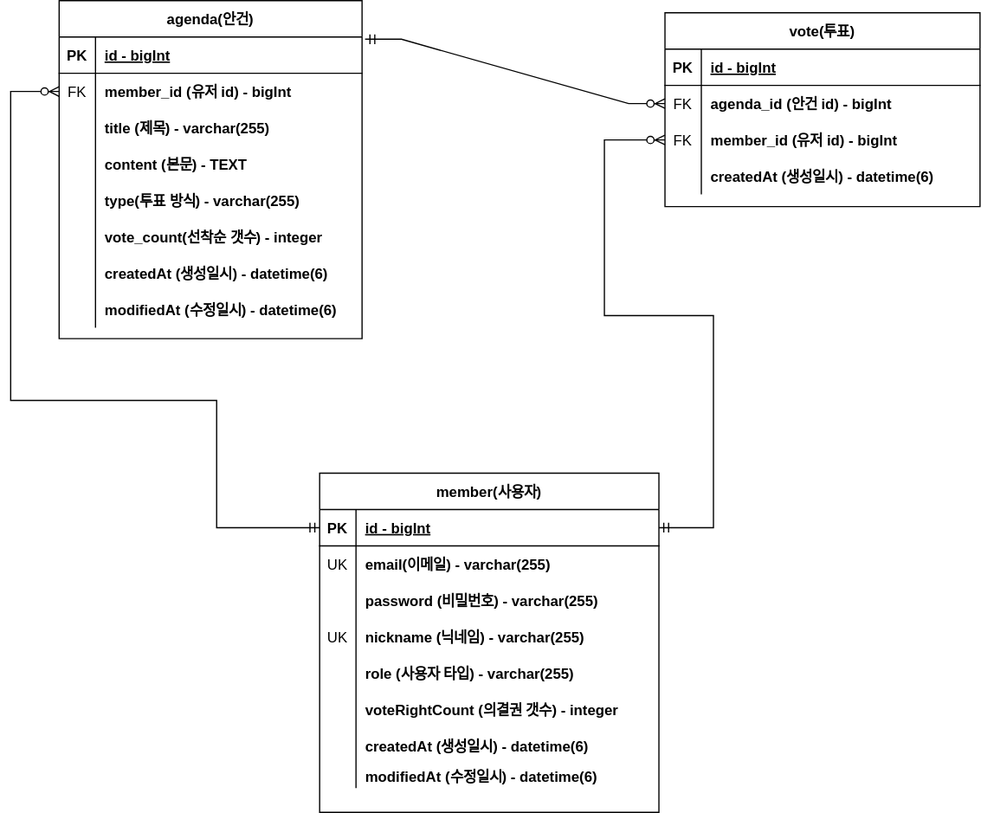
This is backend/voting/document/voting-erd.svg from haaeee/e-voting, a draw.io export, as it was before one commit. Source tidied: cells renumbered, new cells last; positions are measured from the earlier drawing's top-left corner, leaving out a move shared by most shapes.
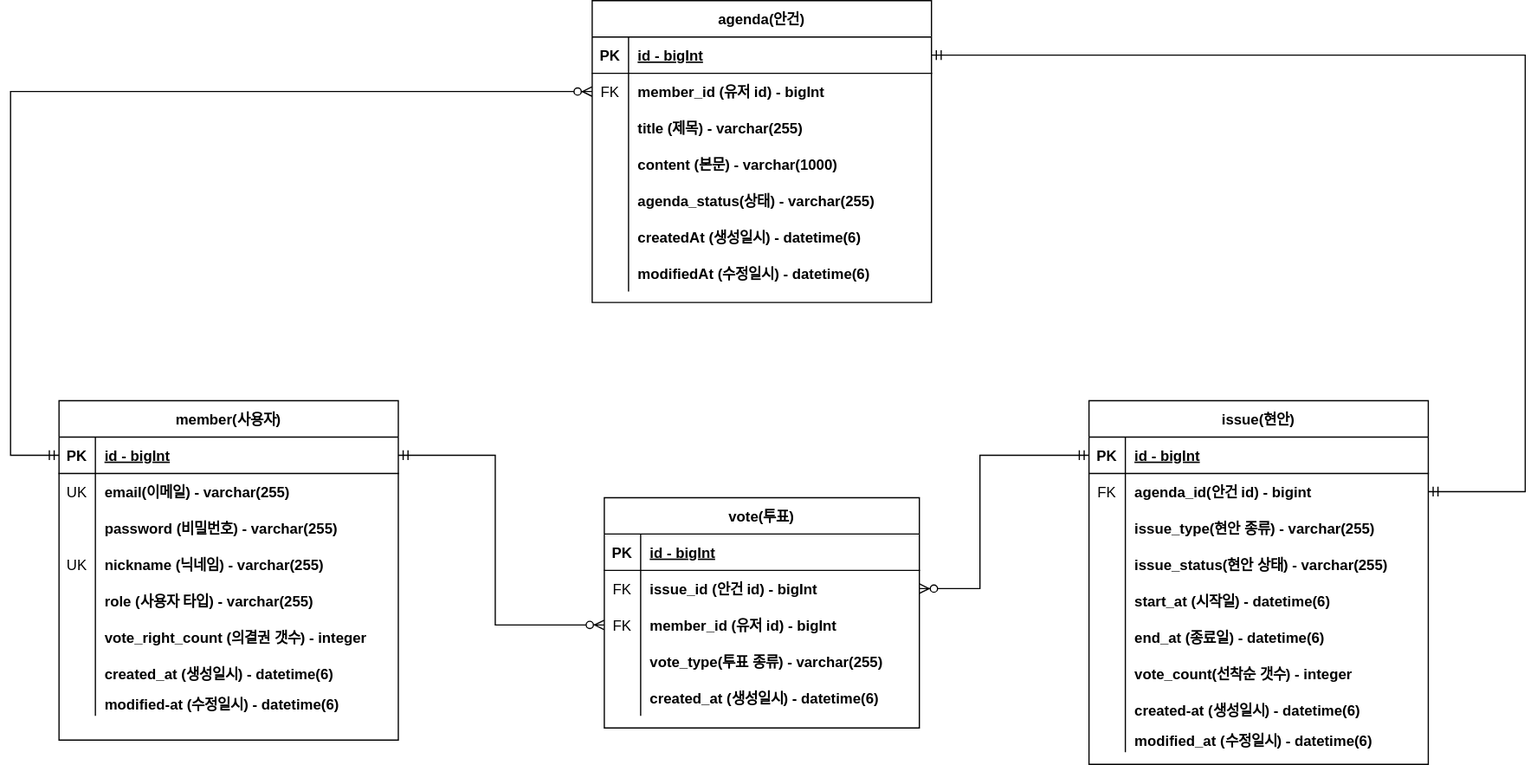
After the change.

What changed in the source:
```diff
@@ -5,6 +5,6 @@
     <mxCell id="2" value="agenda(안건)" style="shape=table;startSize=30;rowLines=0;fontStyle=1;align=center;" parent="1" vertex="1">
-      <mxGeometry x="40" width="250" height="279" as="geometry" />
+      <mxGeometry x="480" y="70" width="280" height="249" as="geometry" />
     </mxCell>
     <mxCell id="3" style="shape=partialRectangle;fillColor=none;points=[[0,0.5],[1,0.5]];portConstraint=eastwest;top=0;left=0;right=0;bottom=1;" parent="2" vertex="1">
-      <mxGeometry y="30" width="250" height="30" as="geometry" />
+      <mxGeometry y="30" width="280" height="30" as="geometry" />
     </mxCell>
@@ -14,6 +14,6 @@
     <mxCell id="5" value="id - bigInt" style="shape=partialRectangle;overflow=hidden;fillColor=none;top=0;left=0;bottom=0;right=0;align=left;spacingLeft=6;fontStyle=5;" parent="3" vertex="1">
-      <mxGeometry x="30" width="220" height="30" as="geometry" />
+      <mxGeometry x="30" width="250" height="30" as="geometry" />
     </mxCell>
     <mxCell id="6" style="shape=partialRectangle;fillColor=none;points=[[0,0.5],[1,0.5]];portConstraint=eastwest;top=0;left=0;right=0;bottom=0;" parent="2" vertex="1">
-      <mxGeometry y="60" width="250" height="30" as="geometry" />
+      <mxGeometry y="60" width="280" height="30" as="geometry" />
     </mxCell>
@@ -23,6 +23,6 @@
     <mxCell id="8" value="member_id (유저 id) - bigInt" style="shape=partialRectangle;overflow=hidden;fillColor=none;top=0;left=0;bottom=0;right=0;align=left;spacingLeft=6;fontStyle=1;" parent="6" vertex="1">
-      <mxGeometry x="30" width="220" height="30" as="geometry" />
+      <mxGeometry x="30" width="250" height="30" as="geometry" />
     </mxCell>
     <mxCell id="9" style="shape=partialRectangle;fillColor=none;top=0;left=0;right=0;bottom=0;" parent="2" vertex="1">
-      <mxGeometry y="90" width="250" height="30" as="geometry" />
+      <mxGeometry y="90" width="280" height="30" as="geometry" />
     </mxCell>
@@ -32,6 +32,6 @@
     <mxCell id="11" value="title (제목) - varchar(255)" style="shape=partialRectangle;overflow=hidden;fillColor=none;top=0;left=0;bottom=0;right=0;align=left;spacingLeft=6;fontStyle=1;" parent="9" vertex="1">
-      <mxGeometry x="30" width="220" height="30" as="geometry" />
+      <mxGeometry x="30" width="250" height="30" as="geometry" />
     </mxCell>
     <mxCell id="12" style="shape=partialRectangle;fillColor=none;top=0;left=0;right=0;bottom=0;" parent="2" vertex="1">
-      <mxGeometry y="120" width="250" height="30" as="geometry" />
+      <mxGeometry y="120" width="280" height="30" as="geometry" />
     </mxCell>
@@ -40,7 +40,7 @@
     </mxCell>
-    <mxCell id="14" value="content (본문) - TEXT" style="shape=partialRectangle;overflow=hidden;fillColor=none;top=0;left=0;bottom=0;right=0;align=left;spacingLeft=6;fontStyle=1;" parent="12" vertex="1">
-      <mxGeometry x="30" width="220" height="30" as="geometry" />
+    <mxCell id="14" value="content (본문) - varchar(1000)" style="shape=partialRectangle;overflow=hidden;fillColor=none;top=0;left=0;bottom=0;right=0;align=left;spacingLeft=6;fontStyle=1;" parent="12" vertex="1">
+      <mxGeometry x="30" width="250" height="30" as="geometry" />
     </mxCell>
     <mxCell id="15" style="shape=partialRectangle;fillColor=none;top=0;left=0;right=0;bottom=0;" parent="2" vertex="1">
-      <mxGeometry y="150" width="250" height="30" as="geometry" />
+      <mxGeometry y="150" width="280" height="30" as="geometry" />
     </mxCell>
@@ -49,16 +49,7 @@
     </mxCell>
-    <mxCell id="17" value="type(투표 방식) - varchar(255)" style="shape=partialRectangle;overflow=hidden;fillColor=none;top=0;left=0;bottom=0;right=0;align=left;spacingLeft=6;fontStyle=1;" parent="15" vertex="1">
-      <mxGeometry x="30" width="220" height="30" as="geometry" />
+    <mxCell id="17" value="agenda_status(상태) - varchar(255)" style="shape=partialRectangle;overflow=hidden;fillColor=none;top=0;left=0;bottom=0;right=0;align=left;spacingLeft=6;fontStyle=1;" parent="15" vertex="1">
+      <mxGeometry x="30" width="250" height="30" as="geometry" />
     </mxCell>
-    <mxCell id="18" style="shape=partialRectangle;fillColor=none;top=0;left=0;right=0;bottom=0;" parent="2" vertex="1">
-      <mxGeometry y="180" width="250" height="30" as="geometry" />
-    </mxCell>
-    <mxCell id="19" style="shape=partialRectangle;overflow=hidden;fillColor=none;top=0;left=0;bottom=0;right=0;" parent="18" vertex="1">
-      <mxGeometry width="30" height="30" as="geometry" />
-    </mxCell>
-    <mxCell id="20" value="vote_count(선착순 갯수) - integer" style="shape=partialRectangle;overflow=hidden;fillColor=none;top=0;left=0;bottom=0;right=0;align=left;spacingLeft=6;fontStyle=1;" parent="18" vertex="1">
-      <mxGeometry x="30" width="220" height="30" as="geometry" />
-    </mxCell>
     <mxCell id="21" style="shape=partialRectangle;fillColor=none;top=0;left=0;right=0;bottom=0;" parent="2" vertex="1">
-      <mxGeometry y="210" width="250" height="30" as="geometry" />
+      <mxGeometry y="180" width="280" height="30" as="geometry" />
     </mxCell>
@@ -68,6 +59,6 @@
     <mxCell id="23" value="createdAt (생성일시) - datetime(6)" style="shape=partialRectangle;overflow=hidden;fillColor=none;top=0;left=0;bottom=0;right=0;align=left;spacingLeft=6;fontStyle=1;" parent="21" vertex="1">
-      <mxGeometry x="30" width="220" height="30" as="geometry" />
+      <mxGeometry x="30" width="250" height="30" as="geometry" />
     </mxCell>
     <mxCell id="24" style="shape=partialRectangle;fillColor=none;top=0;left=0;right=0;bottom=0;" parent="2" vertex="1">
-      <mxGeometry y="240" width="250" height="30" as="geometry" />
+      <mxGeometry y="210" width="280" height="30" as="geometry" />
     </mxCell>
@@ -77,6 +68,6 @@
     <mxCell id="26" value="modifiedAt (수정일시) - datetime(6)" style="shape=partialRectangle;overflow=hidden;fillColor=none;top=0;left=0;bottom=0;right=0;align=left;spacingLeft=6;fontStyle=1;" parent="24" vertex="1">
-      <mxGeometry x="30" width="220" height="30" as="geometry" />
+      <mxGeometry x="30" width="250" height="30" as="geometry" />
     </mxCell>
     <mxCell id="27" value="vote(투표)" style="shape=table;startSize=30;rowLines=0;fontStyle=1;align=center;" parent="1" vertex="1">
-      <mxGeometry x="540" y="10" width="260" height="160" as="geometry" />
+      <mxGeometry x="490" y="480" width="260" height="190" as="geometry" />
     </mxCell>
@@ -97,3 +88,3 @@
     </mxCell>
-    <mxCell id="33" value="agenda_id (안건 id) - bigInt" style="shape=partialRectangle;overflow=hidden;fillColor=none;top=0;left=0;bottom=0;right=0;align=left;spacingLeft=6;fontStyle=1;" parent="31" vertex="1">
+    <mxCell id="33" value="issue_id (안건 id) - bigInt" style="shape=partialRectangle;overflow=hidden;fillColor=none;top=0;left=0;bottom=0;right=0;align=left;spacingLeft=6;fontStyle=1;" parent="31" vertex="1">
       <mxGeometry x="30" width="230" height="30" as="geometry" />
@@ -109,4 +100,13 @@
     </mxCell>
+    <mxCell id="69" style="shape=partialRectangle;fillColor=none;top=0;left=0;right=0;bottom=0;" parent="27" vertex="1">
+      <mxGeometry y="120" width="260" height="30" as="geometry" />
+    </mxCell>
+    <mxCell id="70" style="shape=partialRectangle;overflow=hidden;fillColor=none;top=0;left=0;bottom=0;right=0;fontStyle=0;" parent="69" vertex="1">
+      <mxGeometry width="30" height="30" as="geometry" />
+    </mxCell>
+    <mxCell id="71" value="vote_type(투표 종류) - varchar(255)" style="shape=partialRectangle;overflow=hidden;fillColor=none;top=0;left=0;bottom=0;right=0;align=left;spacingLeft=6;fontStyle=1;" parent="69" vertex="1">
+      <mxGeometry x="30" width="230" height="30" as="geometry" />
+    </mxCell>
     <mxCell id="37" style="shape=partialRectangle;fillColor=none;top=0;left=0;right=0;bottom=0;" parent="27" vertex="1">
-      <mxGeometry y="120" width="260" height="30" as="geometry" />
+      <mxGeometry y="150" width="260" height="30" as="geometry" />
     </mxCell>
@@ -115,10 +115,7 @@
     </mxCell>
-    <mxCell id="39" value="createdAt (생성일시) - datetime(6)" style="shape=partialRectangle;overflow=hidden;fillColor=none;top=0;left=0;bottom=0;right=0;align=left;spacingLeft=6;fontStyle=1;" parent="37" vertex="1">
+    <mxCell id="39" value="created_at (생성일시) - datetime(6)" style="shape=partialRectangle;overflow=hidden;fillColor=none;top=0;left=0;bottom=0;right=0;align=left;spacingLeft=6;fontStyle=1;" parent="37" vertex="1">
       <mxGeometry x="30" width="230" height="30" as="geometry" />
     </mxCell>
-    <mxCell id="40" style="edgeStyle=entityRelationEdgeStyle;fontSize=12;html=1;endArrow=ERzeroToMany;startArrow=ERmandOne;rounded=0;exitX=1.01;exitY=0.062;exitDx=0;exitDy=0;exitPerimeter=0;entryX=0;entryY=0.5;entryDx=0;entryDy=0;" parent="1" edge="1" source="3" target="31">
-      <mxGeometry relative="1" as="geometry" />
-    </mxCell>
     <mxCell id="41" value="member(사용자)" style="shape=table;startSize=30;rowLines=0;fontStyle=1;align=center;" parent="1" vertex="1">
-      <mxGeometry x="255" y="390" width="280" height="280" as="geometry" />
+      <mxGeometry x="40" y="400" width="280" height="280" as="geometry" />
     </mxCell>
@@ -175,3 +172,3 @@
     </mxCell>
-    <mxCell id="59" value="voteRightCount (의결권 갯수) - integer" style="shape=partialRectangle;overflow=hidden;fillColor=none;top=0;left=0;bottom=0;right=0;align=left;spacingLeft=6;fontStyle=1;" parent="57" vertex="1">
+    <mxCell id="59" value="vote_right_count (의결권 갯수) - integer" style="shape=partialRectangle;overflow=hidden;fillColor=none;top=0;left=0;bottom=0;right=0;align=left;spacingLeft=6;fontStyle=1;" parent="57" vertex="1">
       <mxGeometry x="30" width="250" height="30" as="geometry" />
@@ -184,3 +181,3 @@
     </mxCell>
-    <mxCell id="62" value="createdAt (생성일시) - datetime(6)" style="shape=partialRectangle;overflow=hidden;fillColor=none;top=0;left=0;bottom=0;right=0;align=left;spacingLeft=6;fontStyle=1;" parent="60" vertex="1">
+    <mxCell id="62" value="created_at (생성일시) - datetime(6)" style="shape=partialRectangle;overflow=hidden;fillColor=none;top=0;left=0;bottom=0;right=0;align=left;spacingLeft=6;fontStyle=1;" parent="60" vertex="1">
       <mxGeometry x="30" width="250" height="30" as="geometry" />
@@ -193,3 +190,3 @@
     </mxCell>
-    <mxCell id="65" value="modifiedAt (수정일시) - datetime(6)" style="shape=partialRectangle;overflow=hidden;fillColor=none;top=0;left=0;bottom=0;right=0;align=left;spacingLeft=6;fontStyle=1;" parent="63" vertex="1">
+    <mxCell id="65" value="modified-at (수정일시) - datetime(6)" style="shape=partialRectangle;overflow=hidden;fillColor=none;top=0;left=0;bottom=0;right=0;align=left;spacingLeft=6;fontStyle=1;" parent="63" vertex="1">
       <mxGeometry x="30" width="250" height="20" as="geometry" />
@@ -199,3 +196,3 @@
         <Array as="points">
-          <mxPoint x="255" y="405" />
+          <mxPoint x="40" y="405" />
           <mxPoint x="210" y="405" />
@@ -203,3 +200,3 @@
           <mxPoint x="360" y="330" />
-          <mxPoint x="360" y="45" />
+          <mxPoint x="360" y="115" />
         </Array>
@@ -210,6 +207,4 @@
         <Array as="points">
-          <mxPoint x="170" y="435" />
-          <mxPoint x="170" y="330" />
-          <mxPoint y="330" />
-          <mxPoint y="75" />
+          <mxPoint y="445" />
+          <mxPoint y="145" />
         </Array>
@@ -220,6 +215,4 @@
         <Array as="points">
-          <mxPoint x="580" y="435" />
-          <mxPoint x="580" y="260" />
-          <mxPoint x="490" y="260" />
-          <mxPoint x="490" y="115" />
+          <mxPoint x="400" y="445" />
+          <mxPoint x="400" y="585" />
         </Array>
@@ -227,2 +220,105 @@
     </mxCell>
+    <mxCell id="72" value="issue(현안)" style="shape=table;startSize=30;rowLines=0;fontStyle=1;align=center;" parent="1" vertex="1">
+      <mxGeometry x="890" y="400" width="280" height="300" as="geometry" />
+    </mxCell>
+    <mxCell id="73" style="shape=partialRectangle;fillColor=none;points=[[0,0.5],[1,0.5]];portConstraint=eastwest;top=0;left=0;right=0;bottom=1;" parent="72" vertex="1">
+      <mxGeometry y="30" width="280" height="30" as="geometry" />
+    </mxCell>
+    <mxCell id="74" value="PK" style="shape=partialRectangle;overflow=hidden;fillColor=none;top=0;left=0;bottom=0;right=0;fontStyle=1;" parent="73" vertex="1">
+      <mxGeometry width="30" height="30" as="geometry" />
+    </mxCell>
+    <mxCell id="75" value="id - bigInt" style="shape=partialRectangle;overflow=hidden;fillColor=none;top=0;left=0;bottom=0;right=0;align=left;spacingLeft=6;fontStyle=5;" parent="73" vertex="1">
+      <mxGeometry x="30" width="250" height="30" as="geometry" />
+    </mxCell>
+    <mxCell id="76" style="shape=partialRectangle;fillColor=none;points=[[0,0.5],[1,0.5]];portConstraint=eastwest;top=0;left=0;right=0;bottom=0;" parent="72" vertex="1">
+      <mxGeometry y="60" width="280" height="30" as="geometry" />
+    </mxCell>
+    <mxCell id="77" value="FK" style="shape=partialRectangle;overflow=hidden;fillColor=none;top=0;left=0;bottom=0;right=0;fontStyle=0;" parent="76" vertex="1">
+      <mxGeometry width="30" height="30" as="geometry" />
+    </mxCell>
+    <mxCell id="78" value="agenda_id(안건 id) - bigint" style="shape=partialRectangle;overflow=hidden;fillColor=none;top=0;left=0;bottom=0;right=0;align=left;spacingLeft=6;fontStyle=1;" parent="76" vertex="1">
+      <mxGeometry x="30" width="250" height="30" as="geometry" />
+    </mxCell>
+    <mxCell id="79" style="shape=partialRectangle;fillColor=none;top=0;left=0;right=0;bottom=0;" parent="72" vertex="1">
+      <mxGeometry y="90" width="280" height="30" as="geometry" />
+    </mxCell>
+    <mxCell id="80" style="shape=partialRectangle;overflow=hidden;fillColor=none;top=0;left=0;bottom=0;right=0;" parent="79" vertex="1">
+      <mxGeometry width="30" height="30" as="geometry" />
+    </mxCell>
+    <mxCell id="81" value="issue_type(현안 종류) - varchar(255)" style="shape=partialRectangle;overflow=hidden;fillColor=none;top=0;left=0;bottom=0;right=0;align=left;spacingLeft=6;fontStyle=1;" parent="79" vertex="1">
+      <mxGeometry x="30" width="250" height="30" as="geometry" />
+    </mxCell>
+    <mxCell id="82" style="shape=partialRectangle;fillColor=none;top=0;left=0;right=0;bottom=0;fontStyle=1;" parent="72" vertex="1">
+      <mxGeometry y="120" width="280" height="30" as="geometry" />
+    </mxCell>
+    <mxCell id="83" style="shape=partialRectangle;overflow=hidden;fillColor=none;top=0;left=0;bottom=0;right=0;fontStyle=0;" parent="82" vertex="1">
+      <mxGeometry width="30" height="30" as="geometry" />
+    </mxCell>
+    <mxCell id="84" value="issue_status(현안 상태) - varchar(255)" style="shape=partialRectangle;overflow=hidden;fillColor=none;top=0;left=0;bottom=0;right=0;align=left;spacingLeft=6;fontStyle=1;" parent="82" vertex="1">
+      <mxGeometry x="30" width="250" height="30" as="geometry" />
+    </mxCell>
+    <mxCell id="85" style="shape=partialRectangle;fillColor=none;top=0;left=0;right=0;bottom=0;" parent="72" vertex="1">
+      <mxGeometry y="150" width="280" height="30" as="geometry" />
+    </mxCell>
+    <mxCell id="86" style="shape=partialRectangle;overflow=hidden;fillColor=none;top=0;left=0;bottom=0;right=0;" parent="85" vertex="1">
+      <mxGeometry width="30" height="30" as="geometry" />
+    </mxCell>
+    <mxCell id="87" value="start_at (시작일) - datetime(6)" style="shape=partialRectangle;overflow=hidden;fillColor=none;top=0;left=0;bottom=0;right=0;align=left;spacingLeft=6;fontStyle=1;" parent="85" vertex="1">
+      <mxGeometry x="30" width="250" height="30" as="geometry" />
+    </mxCell>
+    <mxCell id="88" style="shape=partialRectangle;fillColor=none;top=0;left=0;right=0;bottom=0;" parent="72" vertex="1">
+      <mxGeometry y="180" width="280" height="30" as="geometry" />
+    </mxCell>
+    <mxCell id="89" style="shape=partialRectangle;overflow=hidden;fillColor=none;top=0;left=0;bottom=0;right=0;" parent="88" vertex="1">
+      <mxGeometry width="30" height="30" as="geometry" />
+    </mxCell>
+    <mxCell id="90" value="end_at (종료일) - datetime(6)" style="shape=partialRectangle;overflow=hidden;fillColor=none;top=0;left=0;bottom=0;right=0;align=left;spacingLeft=6;fontStyle=1;" parent="88" vertex="1">
+      <mxGeometry x="30" width="250" height="30" as="geometry" />
+    </mxCell>
+    <mxCell id="91" style="shape=partialRectangle;fillColor=none;top=0;left=0;right=0;bottom=0;fontStyle=1;" parent="72" vertex="1">
+      <mxGeometry y="210" width="280" height="30" as="geometry" />
+    </mxCell>
+    <mxCell id="92" style="shape=partialRectangle;overflow=hidden;fillColor=none;top=0;left=0;bottom=0;right=0;fontStyle=0;" parent="91" vertex="1">
+      <mxGeometry width="30" height="30" as="geometry" />
+    </mxCell>
+    <mxCell id="20" value="vote_count(선착순 갯수) - integer" style="shape=partialRectangle;overflow=hidden;fillColor=none;top=0;left=0;bottom=0;right=0;align=left;spacingLeft=6;fontStyle=1;" parent="91" vertex="1">
+      <mxGeometry x="30" width="250" height="30" as="geometry" />
+    </mxCell>
+    <mxCell id="93" style="shape=partialRectangle;fillColor=none;top=0;left=0;right=0;bottom=0;" parent="72" vertex="1">
+      <mxGeometry y="240" width="280" height="30" as="geometry" />
+    </mxCell>
+    <mxCell id="94" style="shape=partialRectangle;overflow=hidden;fillColor=none;top=0;left=0;bottom=0;right=0;" parent="93" vertex="1">
+      <mxGeometry width="30" height="30" as="geometry" />
+    </mxCell>
+    <mxCell id="95" value="created-at (생성일시) - datetime(6)" style="shape=partialRectangle;overflow=hidden;fillColor=none;top=0;left=0;bottom=0;right=0;align=left;spacingLeft=6;fontStyle=1;" parent="93" vertex="1">
+      <mxGeometry x="30" width="250" height="30" as="geometry" />
+    </mxCell>
+    <mxCell id="96" style="shape=partialRectangle;fillColor=none;top=0;left=0;right=0;bottom=0;" parent="72" vertex="1">
+      <mxGeometry y="270" width="280" height="20" as="geometry" />
+    </mxCell>
+    <mxCell id="97" style="shape=partialRectangle;overflow=hidden;fillColor=none;top=0;left=0;bottom=0;right=0;" parent="96" vertex="1">
+      <mxGeometry width="30" height="20" as="geometry" />
+    </mxCell>
+    <mxCell id="98" value="modified_at (수정일시) - datetime(6)" style="shape=partialRectangle;overflow=hidden;fillColor=none;top=0;left=0;bottom=0;right=0;align=left;spacingLeft=6;fontStyle=1;" parent="96" vertex="1">
+      <mxGeometry x="30" width="250" height="20" as="geometry" />
+    </mxCell>
+    <mxCell id="99" style="shape=partialRectangle;overflow=hidden;fillColor=none;top=0;left=0;bottom=0;right=0;" parent="1" vertex="1">
+      <mxGeometry x="960" y="170" width="30" height="30" as="geometry" />
+    </mxCell>
+    <mxCell id="100" style="edgeStyle=orthogonalEdgeStyle;fontSize=12;html=1;endArrow=ERmandOne;startArrow=ERmandOne;rounded=0;entryX=1;entryY=0.5;entryDx=0;entryDy=0;exitX=1;exitY=0.5;exitDx=0;exitDy=0;" parent="1" edge="1" source="3" target="76">
+      <mxGeometry relative="1" as="geometry">
+        <Array as="points">
+          <mxPoint x="1250" y="115" />
+          <mxPoint x="1250" y="475" />
+        </Array>
+      </mxGeometry>
+    </mxCell>
+    <mxCell id="101" style="edgeStyle=orthogonalEdgeStyle;fontSize=12;html=1;endArrow=ERzeroToMany;startArrow=ERmandOne;rounded=0;entryX=1;entryY=0.5;entryDx=0;entryDy=0;exitX=0;exitY=0.5;exitDx=0;exitDy=0;" parent="1" edge="1" source="73" target="31">
+      <mxGeometry relative="1" as="geometry">
+        <Array as="points">
+          <mxPoint x="800" y="445" />
+          <mxPoint x="800" y="555" />
+        </Array>
+      </mxGeometry>
+    </mxCell>
   </root>
```
